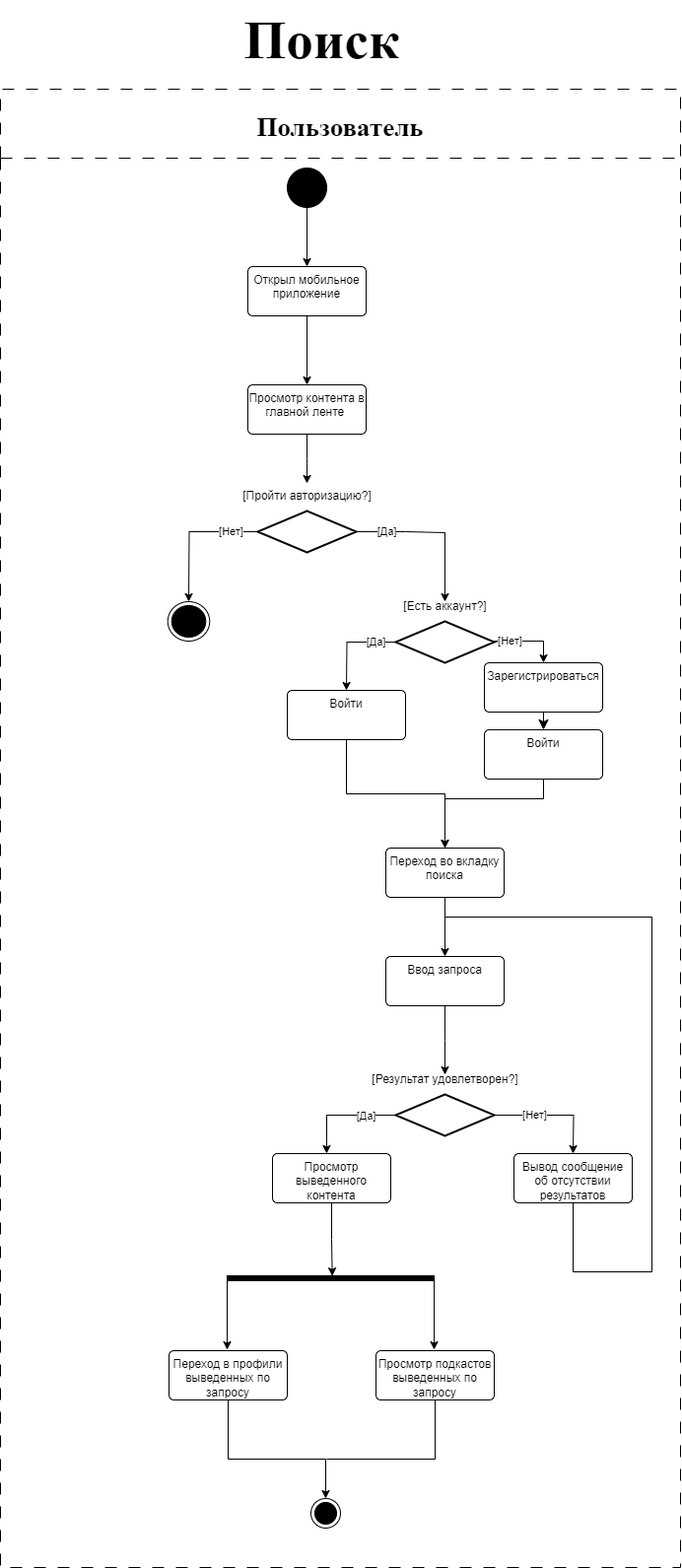
Earlier version of the draw.io export diagrams/activity-search.png (SazonovAlexander/9.1-TikTalk). Source tidied: cells renumbered, new cells last; positions are measured from the earlier drawing's top-left corner, leaving out a move shared by most shapes.
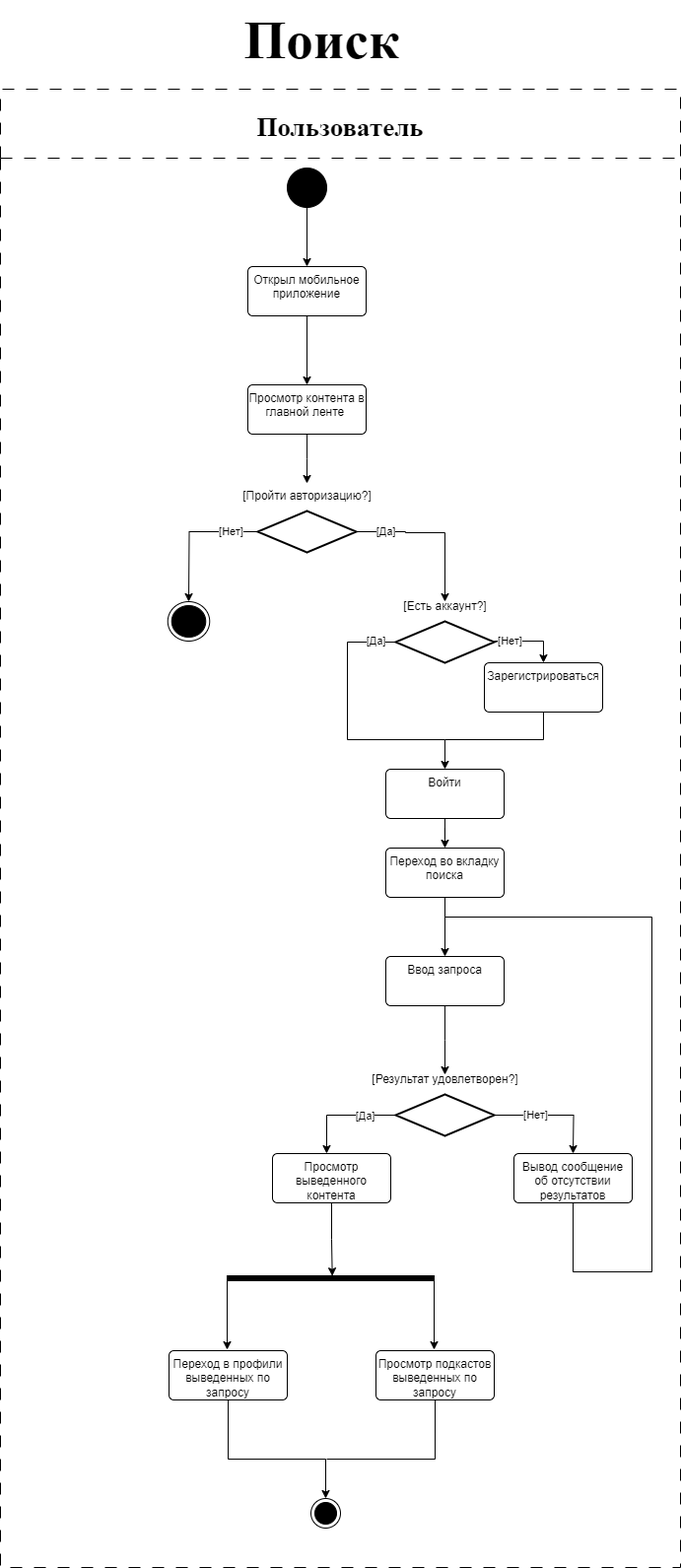
The same diagram one commit later.

The edit, as a diff of the source:
```diff
@@ -51,13 +51,19 @@
     <mxCell id="13" style="strokeWidth=2;html=1;shape=mxgraph.flowchart.decision;whiteSpace=wrap;" parent="1" vertex="1">
       <mxGeometry x="261" y="518" width="100" height="42" as="geometry" />
     </mxCell>
-    <mxCell id="14" style="edgeStyle=orthogonalEdgeStyle;rounded=0;jettySize=auto;html=1;" parent="1" edge="1" source="18">
+    <mxCell id="14" style="edgeStyle=orthogonalEdgeStyle;rounded=0;jettySize=auto;html=1;entryX=0.5;entryY=0;entryDx=0;entryDy=0;" parent="1" edge="1" source="18" target="21">
       <mxGeometry relative="1" as="geometry">
-        <mxPoint x="351" y="700" as="targetPoint" />
+        <Array as="points">
+          <mxPoint x="352" y="651" />
+          <mxPoint x="352" y="750" />
+          <mxPoint x="451" y="750" />
+        </Array>
       </mxGeometry>
     </mxCell>
     <mxCell id="15" value="[Да]" style="edgeLabel;html=1;align=center;verticalAlign=middle;" parent="14" vertex="1">
-      <mxGeometry x="-0.58" relative="1" as="geometry" />
+      <mxGeometry x="-0.58" relative="1" as="geometry">
+        <mxPoint x="29" y="-11" as="offset" />
+      </mxGeometry>
     </mxCell>
     <mxCell id="16" style="edgeStyle=orthogonalEdgeStyle;rounded=0;jettySize=auto;html=1;" parent="1" edge="1" source="18" target="48">
       <mxGeometry relative="1" as="geometry">
@@ -80,17 +86,6 @@
     <mxCell id="20" style="edgeStyle=orthogonalEdgeStyle;rounded=0;jettySize=auto;html=1;entryX=0.5;entryY=0;entryDx=0;entryDy=0;" parent="1" edge="1" source="21" target="24">
       <mxGeometry relative="1" as="geometry" />
     </mxCell>
-    <mxCell id="21" value="Войти" style="whiteSpace=wrap;html=1;verticalAlign=top;rounded=1;arcSize=10;dashed=0;" parent="1" vertex="1">
-      <mxGeometry x="291" y="700" width="120" height="50" as="geometry" />
-    </mxCell>
-    <mxCell id="22" style="edgeStyle=orthogonalEdgeStyle;rounded=0;jettySize=auto;html=1;entryX=0.5;entryY=0;entryDx=0;entryDy=0;exitX=0.5;exitY=1;exitDx=0;exitDy=0;" parent="1" edge="1" source="49" target="24">
-      <mxGeometry relative="1" as="geometry">
-        <Array as="points">
-          <mxPoint x="551" y="810" />
-          <mxPoint x="451" y="810" />
-        </Array>
-      </mxGeometry>
-    </mxCell>
     <mxCell id="23" style="edgeStyle=orthogonalEdgeStyle;rounded=0;jettySize=auto;html=1;entryX=0.5;entryY=0;entryDx=0;entryDy=0;" parent="1" edge="1" source="24" target="26">
       <mxGeometry relative="1" as="geometry" />
     </mxCell>
@@ -192,15 +187,20 @@
     <mxCell id="46" style="ellipse;html=1;shape=endState;fillColor=strokeColor;" parent="33" vertex="1">
       <mxGeometry x="169.8" y="520" width="42.5" height="40" as="geometry" />
     </mxCell>
-    <mxCell id="47" style="edgeStyle=none;curved=1;rounded=0;jettySize=auto;html=1;entryX=0.5;entryY=0;entryDx=0;entryDy=0;fontSize=12;startSize=8;endSize=8;" parent="33" edge="1" source="48" target="49">
-      <mxGeometry relative="1" as="geometry" />
-    </mxCell>
+    <mxCell id="51" style="edgeStyle=orthogonalEdgeStyle;rounded=0;jettySize=auto;html=1;endArrow=none;endFill=0;" parent="33" edge="1" source="48">
+      <mxGeometry relative="1" as="geometry">
+        <mxPoint x="451" y="660" as="targetPoint" />
+        <Array as="points">
+          <mxPoint x="551" y="660" />
+        </Array>
+      </mxGeometry>
+    </mxCell>
     <mxCell id="48" value="Зарегистрироваться" style="whiteSpace=wrap;html=1;verticalAlign=top;rounded=1;arcSize=10;dashed=0;" parent="33" vertex="1">
       <mxGeometry x="491" y="582" width="120" height="50" as="geometry" />
     </mxCell>
-    <mxCell id="49" value="Войти" style="whiteSpace=wrap;html=1;verticalAlign=top;rounded=1;arcSize=10;dashed=0;" parent="33" vertex="1">
-      <mxGeometry x="491" y="650" width="120" height="50" as="geometry" />
-    </mxCell>
+    <mxCell id="21" value="Войти" style="whiteSpace=wrap;html=1;verticalAlign=top;rounded=1;arcSize=10;dashed=0;" parent="33" vertex="1">
+      <mxGeometry x="391" y="690" width="120" height="50" as="geometry" />
+    </mxCell>
     <mxCell id="50" value="Поиск" style="text;html=1;align=center;verticalAlign=middle;strokeColor=none;fillColor=none;fontFamily=Times New Roman;fontSize=55;fontStyle=1;" parent="1" vertex="1">
       <mxGeometry x="241" width="170" height="80" as="geometry" />
     </mxCell>
```
